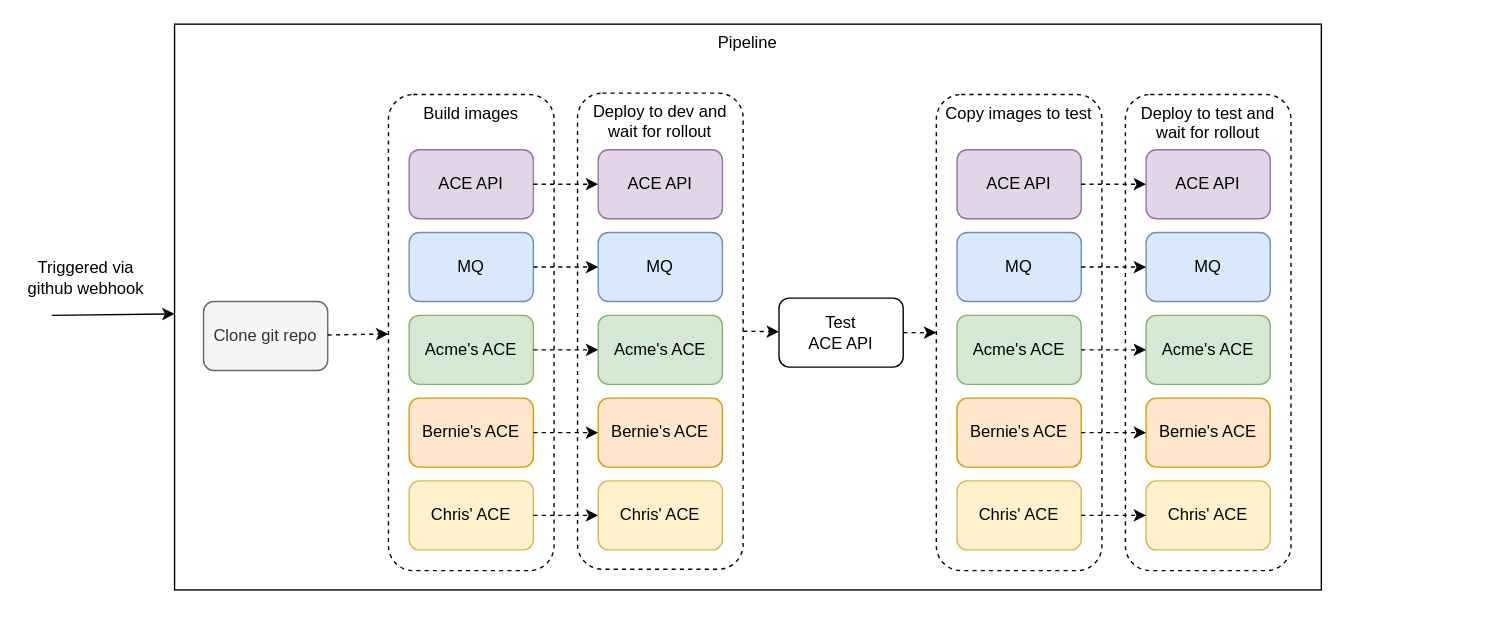
Before: DrivewayDentDeletion/media/dev-test-pipeline.drawio in IBM/cp4i-deployment-samples, a draw.io diagram. Source tidied: cells renumbered, new cells numbered last; positions are measured from the earlier drawing's top-left corner, leaving out a move shared by most shapes. Both pictures are drawn from the tidied source at 138%, with x=0, y=0 at pixel (23, 23).
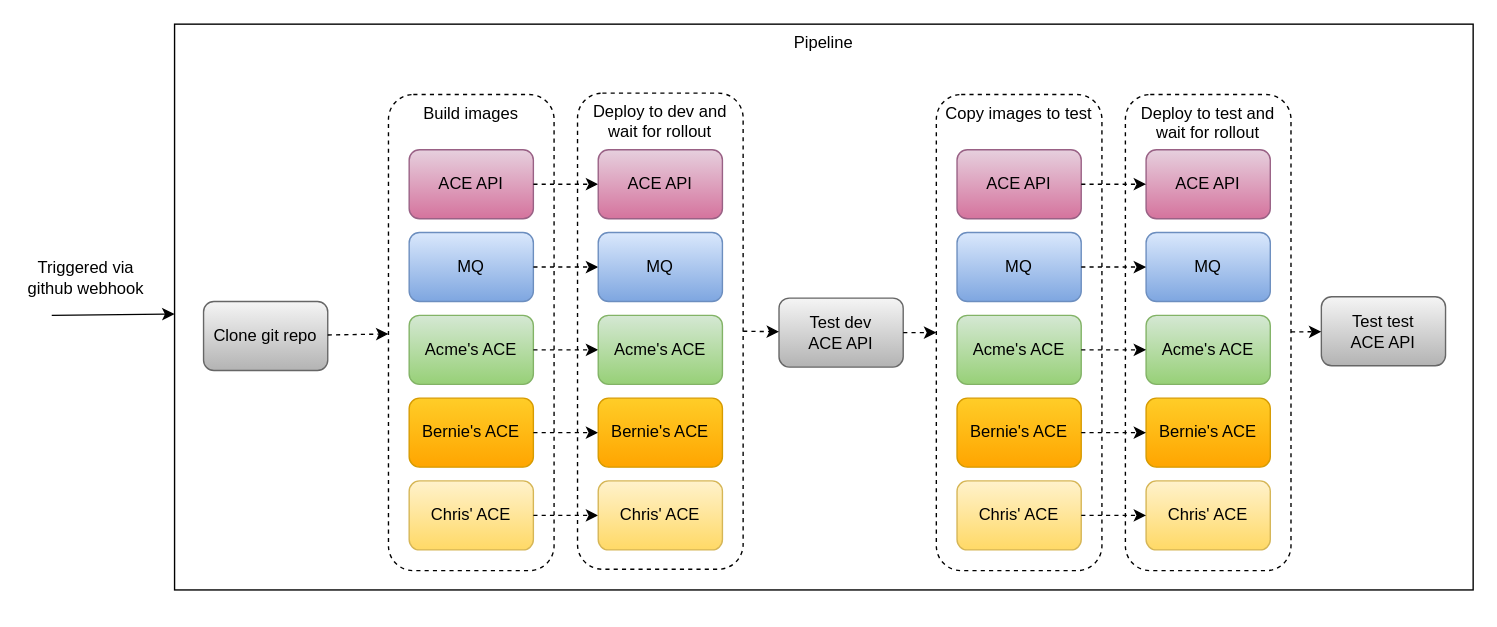
Above is the later version.

Commit message (it also covers changes not shown here):
Add test of test env and use nice backgrounds for diagrams

The change refers to these unchanged cells:
```xml
<mxCell id="19" style="group;dashed=1;strokeColor=none;" parent="1" vertex="1">
  <mxGeometry x="798" y="51" width="120" height="345" as="geometry" />
</mxCell>
<mxCell id="20" value="Deploy to test and wait for rollout" style="rounded=1;whiteSpace=wrap;html=1;verticalAlign=top;dashed=1;" parent="19" vertex="1">
  <mxGeometry width="120" height="345" as="geometry" />
</mxCell>
```

The edit, as a diff of the source:
```diff
@@
     <mxCell id="2" value="Pipeline" style="rounded=0;whiteSpace=wrap;html=1;verticalAlign=top;" parent="1" vertex="1">
-      <mxGeometry x="109" width="831" height="410" as="geometry" />
+      <mxGeometry x="109" width="941" height="410" as="geometry" />
     </mxCell>
@@
-    <mxCell id="7" value="ACE API" style="rounded=1;whiteSpace=wrap;html=1;fillColor=#e1d5e7;strokeColor=#9673a6;" parent="1" vertex="1">
+    <mxCell id="7" value="ACE API" style="rounded=1;whiteSpace=wrap;html=1;fillColor=#e6d0de;strokeColor=#996185;gradientColor=#d5739d;" parent="1" vertex="1">
       <mxGeometry x="279" y="91" width="90" height="50" as="geometry" />
     </mxCell>
-    <mxCell id="8" value="MQ" style="rounded=1;whiteSpace=wrap;html=1;fillColor=#dae8fc;strokeColor=#6c8ebf;" parent="1" vertex="1">
+    <mxCell id="8" value="MQ" style="rounded=1;whiteSpace=wrap;html=1;fillColor=#dae8fc;strokeColor=#6c8ebf;gradientColor=#7ea6e0;" parent="1" vertex="1">
       <mxGeometry x="279" y="151" width="90" height="50" as="geometry" />
     </mxCell>
-    <mxCell id="9" value="Acme's ACE" style="rounded=1;whiteSpace=wrap;html=1;fillColor=#d5e8d4;strokeColor=#82b366;" parent="1" vertex="1">
+    <mxCell id="9" value="Acme's ACE" style="rounded=1;whiteSpace=wrap;html=1;fillColor=#d5e8d4;strokeColor=#82b366;gradientColor=#97d077;" parent="1" vertex="1">
       <mxGeometry x="279" y="211" width="90" height="50" as="geometry" />
     </mxCell>
-    <mxCell id="10" value="Bernie's ACE" style="rounded=1;whiteSpace=wrap;html=1;fillColor=#ffe6cc;strokeColor=#d79b00;" parent="1" vertex="1">
+    <mxCell id="10" value="Bernie's ACE" style="rounded=1;whiteSpace=wrap;html=1;fillColor=#ffcd28;strokeColor=#d79b00;gradientColor=#ffa500;" parent="1" vertex="1">
       <mxGeometry x="279" y="271" width="90" height="50" as="geometry" />
     </mxCell>
-    <mxCell id="11" value="Chris' ACE" style="rounded=1;whiteSpace=wrap;html=1;fillColor=#fff2cc;strokeColor=#d6b656;" parent="1" vertex="1">
+    <mxCell id="11" value="Chris' ACE" style="rounded=1;whiteSpace=wrap;html=1;fillColor=#fff2cc;strokeColor=#d6b656;gradientColor=#ffd966;" parent="1" vertex="1">
       <mxGeometry x="279" y="331" width="90" height="50" as="geometry" />
     </mxCell>
@@
-    <mxCell id="18" value="Test&lt;br&gt;ACE API" style="rounded=1;whiteSpace=wrap;html=1;" parent="1" vertex="1">
+    <mxCell id="18" value="Test dev&lt;br&gt;ACE API" style="rounded=1;whiteSpace=wrap;html=1;fillColor=#f5f5f5;strokeColor=#666666;gradientColor=#b3b3b3;" parent="1" vertex="1">
       <mxGeometry x="547" y="198.5" width="90" height="50" as="geometry" />
     </mxCell>
@@
-    <mxCell id="21" value="ACE API" style="rounded=1;whiteSpace=wrap;html=1;fillColor=#e1d5e7;strokeColor=#9673a6;" parent="19" vertex="1">
+    <mxCell id="21" value="ACE API" style="rounded=1;whiteSpace=wrap;html=1;fillColor=#e6d0de;strokeColor=#996185;gradientColor=#d5739d;" parent="19" vertex="1">
       <mxGeometry x="15" y="40" width="90" height="50" as="geometry" />
     </mxCell>
-    <mxCell id="22" value="MQ" style="rounded=1;whiteSpace=wrap;html=1;fillColor=#dae8fc;strokeColor=#6c8ebf;" parent="19" vertex="1">
+    <mxCell id="22" value="MQ" style="rounded=1;whiteSpace=wrap;html=1;fillColor=#dae8fc;strokeColor=#6c8ebf;gradientColor=#7ea6e0;" parent="19" vertex="1">
       <mxGeometry x="15" y="100" width="90" height="50" as="geometry" />
     </mxCell>
-    <mxCell id="23" value="Acme's ACE" style="rounded=1;whiteSpace=wrap;html=1;fillColor=#d5e8d4;strokeColor=#82b366;" parent="19" vertex="1">
+    <mxCell id="23" value="Acme's ACE" style="rounded=1;whiteSpace=wrap;html=1;fillColor=#d5e8d4;strokeColor=#82b366;gradientColor=#97d077;" parent="19" vertex="1">
       <mxGeometry x="15" y="160" width="90" height="50" as="geometry" />
     </mxCell>
-    <mxCell id="24" value="Bernie's ACE" style="rounded=1;whiteSpace=wrap;html=1;fillColor=#ffe6cc;strokeColor=#d79b00;" parent="19" vertex="1">
+    <mxCell id="24" value="Bernie's ACE" style="rounded=1;whiteSpace=wrap;html=1;fillColor=#ffcd28;strokeColor=#d79b00;gradientColor=#ffa500;" parent="19" vertex="1">
       <mxGeometry x="15" y="220" width="90" height="50" as="geometry" />
     </mxCell>
-    <mxCell id="25" value="Chris' ACE" style="rounded=1;whiteSpace=wrap;html=1;fillColor=#fff2cc;strokeColor=#d6b656;" parent="19" vertex="1">
+    <mxCell id="25" value="Chris' ACE" style="rounded=1;whiteSpace=wrap;html=1;fillColor=#fff2cc;strokeColor=#d6b656;gradientColor=#ffd966;" parent="19" vertex="1">
       <mxGeometry x="15" y="280" width="90" height="50" as="geometry" />
     </mxCell>
@@
-    <mxCell id="27" value="ACE API" style="rounded=1;whiteSpace=wrap;html=1;fillColor=#e1d5e7;strokeColor=#9673a6;" parent="1" vertex="1">
+    <mxCell id="27" value="ACE API" style="rounded=1;whiteSpace=wrap;html=1;fillColor=#e6d0de;strokeColor=#996185;gradientColor=#d5739d;" parent="1" vertex="1">
       <mxGeometry x="676" y="91" width="90" height="50" as="geometry" />
     </mxCell>
-    <mxCell id="28" value="MQ" style="rounded=1;whiteSpace=wrap;html=1;fillColor=#dae8fc;strokeColor=#6c8ebf;" parent="1" vertex="1">
+    <mxCell id="28" value="MQ" style="rounded=1;whiteSpace=wrap;html=1;fillColor=#dae8fc;strokeColor=#6c8ebf;gradientColor=#7ea6e0;" parent="1" vertex="1">
       <mxGeometry x="676" y="151" width="90" height="50" as="geometry" />
     </mxCell>
-    <mxCell id="29" value="Acme's ACE" style="rounded=1;whiteSpace=wrap;html=1;fillColor=#d5e8d4;strokeColor=#82b366;" parent="1" vertex="1">
+    <mxCell id="29" value="Acme's ACE" style="rounded=1;whiteSpace=wrap;html=1;fillColor=#d5e8d4;strokeColor=#82b366;gradientColor=#97d077;" parent="1" vertex="1">
       <mxGeometry x="676" y="211" width="90" height="50" as="geometry" />
     </mxCell>
-    <mxCell id="30" value="Bernie's ACE" style="rounded=1;whiteSpace=wrap;html=1;fillColor=#ffe6cc;strokeColor=#d79b00;" parent="1" vertex="1">
+    <mxCell id="30" value="Bernie's ACE" style="rounded=1;whiteSpace=wrap;html=1;fillColor=#ffcd28;strokeColor=#d79b00;gradientColor=#ffa500;" parent="1" vertex="1">
       <mxGeometry x="676" y="271" width="90" height="50" as="geometry" />
     </mxCell>
-    <mxCell id="31" value="Chris' ACE" style="rounded=1;whiteSpace=wrap;html=1;fillColor=#fff2cc;strokeColor=#d6b656;" parent="1" vertex="1">
+    <mxCell id="31" value="Chris' ACE" style="rounded=1;whiteSpace=wrap;html=1;fillColor=#fff2cc;strokeColor=#d6b656;gradientColor=#ffd966;" parent="1" vertex="1">
       <mxGeometry x="676" y="331" width="90" height="50" as="geometry" />
     </mxCell>
@@
-    <mxCell id="39" value="Clone git repo" style="rounded=1;whiteSpace=wrap;html=1;fillColor=#f5f5f5;strokeColor=#666666;fontColor=#333333;" parent="1" vertex="1">
+    <mxCell id="39" value="Clone git repo" style="rounded=1;whiteSpace=wrap;html=1;fillColor=#f5f5f5;strokeColor=#666666;gradientColor=#b3b3b3;" parent="1" vertex="1">
       <mxGeometry x="130" y="201" width="90" height="50" as="geometry" />
     </mxCell>
@@
-    <mxCell id="41" value="ACE API" style="rounded=1;whiteSpace=wrap;html=1;fillColor=#e1d5e7;strokeColor=#9673a6;" parent="1" vertex="1">
+    <mxCell id="41" value="ACE API" style="rounded=1;whiteSpace=wrap;html=1;fillColor=#e6d0de;strokeColor=#996185;gradientColor=#d5739d;" parent="1" vertex="1">
       <mxGeometry x="416" y="91" width="90" height="50" as="geometry" />
     </mxCell>
-    <mxCell id="42" value="MQ" style="rounded=1;whiteSpace=wrap;html=1;fillColor=#dae8fc;strokeColor=#6c8ebf;" parent="1" vertex="1">
+    <mxCell id="42" value="MQ" style="rounded=1;whiteSpace=wrap;html=1;fillColor=#dae8fc;strokeColor=#6c8ebf;gradientColor=#7ea6e0;" parent="1" vertex="1">
       <mxGeometry x="416" y="151" width="90" height="50" as="geometry" />
     </mxCell>
-    <mxCell id="43" value="Acme's ACE" style="rounded=1;whiteSpace=wrap;html=1;fillColor=#d5e8d4;strokeColor=#82b366;" parent="1" vertex="1">
+    <mxCell id="43" value="Acme's ACE" style="rounded=1;whiteSpace=wrap;html=1;fillColor=#d5e8d4;strokeColor=#82b366;gradientColor=#97d077;" parent="1" vertex="1">
       <mxGeometry x="416" y="211" width="90" height="50" as="geometry" />
     </mxCell>
-    <mxCell id="44" value="Bernie's ACE" style="rounded=1;whiteSpace=wrap;html=1;fillColor=#ffe6cc;strokeColor=#d79b00;" parent="1" vertex="1">
+    <mxCell id="44" value="Bernie's ACE" style="rounded=1;whiteSpace=wrap;html=1;fillColor=#ffcd28;strokeColor=#d79b00;gradientColor=#ffa500;" parent="1" vertex="1">
       <mxGeometry x="416" y="271" width="90" height="50" as="geometry" />
     </mxCell>
-    <mxCell id="45" value="Chris' ACE" style="rounded=1;whiteSpace=wrap;html=1;fillColor=#fff2cc;strokeColor=#d6b656;" parent="1" vertex="1">
+    <mxCell id="45" value="Chris' ACE" style="rounded=1;whiteSpace=wrap;html=1;fillColor=#fff2cc;strokeColor=#d6b656;gradientColor=#ffd966;" parent="1" vertex="1">
       <mxGeometry x="416" y="331" width="90" height="50" as="geometry" />
     </mxCell>
+    <mxCell id="46" value="Test test&lt;br&gt;ACE API" style="rounded=1;whiteSpace=wrap;html=1;fillColor=#f5f5f5;strokeColor=#666666;gradientColor=#b3b3b3;" parent="1" vertex="1">
+      <mxGeometry x="940" y="197.5" width="90" height="50" as="geometry" />
+    </mxCell>
+    <mxCell id="47" style="endArrow=classic;html=1;dashed=1;" parent="1" edge="1" source="20" target="46">
+      <mxGeometry relative="1" as="geometry" />
+    </mxCell>
```
